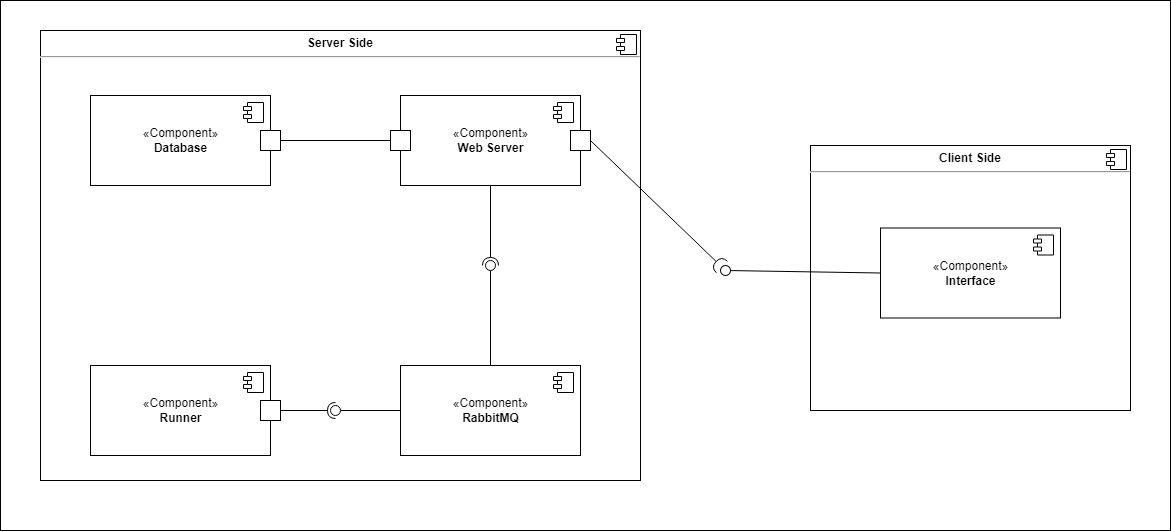
eshelukhina/HSE2022-MyHWProj keeps this draw.io diagram as resources/component.png. Above is the earlier version. Source tidied: cells renumbered, new cells last; positions are measured from the earlier drawing's top-left corner, leaving out a move shared by most shapes.
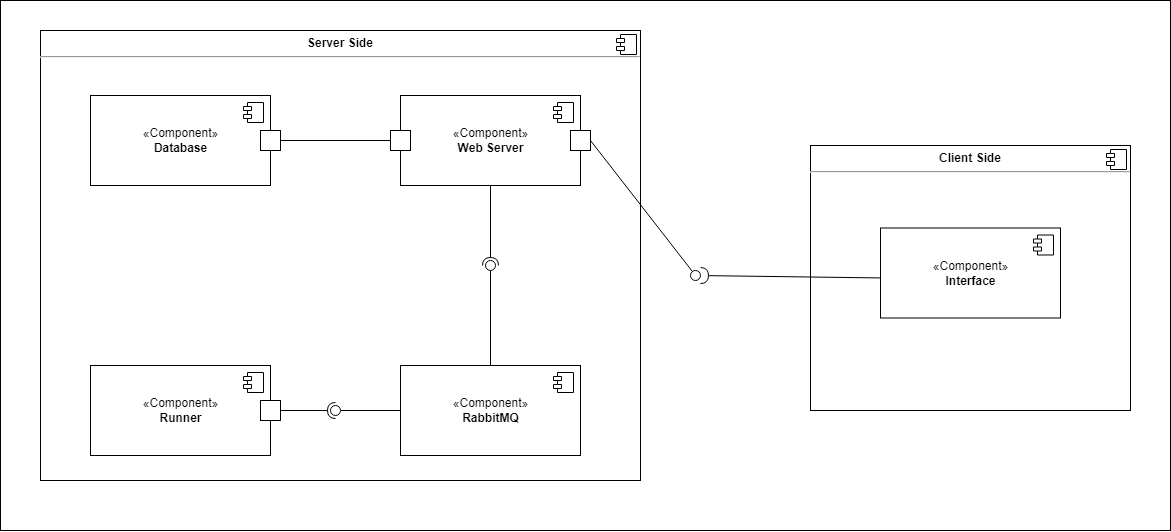
The same file after the commit.

What changed in the source:
```diff
@@ -21,95 +21,90 @@
         <mxPoint x="-24" y="4" as="offset" />
       </mxGeometry>
     </mxCell>
-    <mxCell id="7" style="rounded=0;jettySize=auto;html=1;endArrow=halfCircle;endFill=0;endSize=6;strokeWidth=1;sketch=0;fontSize=12;exitX=1;exitY=0.5;exitDx=0;exitDy=0;" parent="1" edge="1" source="21" target="19">
-      <mxGeometry relative="1" as="geometry" />
+    <mxCell id="7" value="«Component»&lt;br&gt;&lt;b&gt;Runner&lt;/b&gt;" style="html=1;fontSize=12;" parent="1" vertex="1">
+      <mxGeometry x="90" y="365" width="180" height="90" as="geometry" />
     </mxCell>
-    <mxCell id="8" style="rounded=0;jettySize=auto;html=1;endArrow=none;endFill=0;sketch=0;targetPerimeterSpacing=0;fontSize=12;exitX=0;exitY=0.5;exitDx=0;exitDy=0;startArrow=none;" parent="1" edge="1" source="19">
-      <mxGeometry relative="1" as="geometry">
-        <mxPoint x="730" y="270" as="targetPoint" />
+    <mxCell id="8" style="shape=module;jettyWidth=8;jettyHeight=4;fontSize=12;" parent="7" vertex="1">
+      <mxGeometry x="1" width="20" height="20" relative="1" as="geometry">
+        <mxPoint x="-27" y="7" as="offset" />
       </mxGeometry>
     </mxCell>
-    <mxCell id="9" value="«Component»&lt;br&gt;&lt;b&gt;Runner&lt;/b&gt;" style="html=1;fontSize=12;" parent="1" vertex="1">
-      <mxGeometry x="90" y="365" width="180" height="90" as="geometry" />
+    <mxCell id="9" value="«Component»&lt;br&gt;&lt;b&gt;Database&lt;/b&gt;" style="html=1;fontSize=12;" parent="1" vertex="1">
+      <mxGeometry x="90" y="95" width="180" height="90" as="geometry" />
     </mxCell>
     <mxCell id="10" style="shape=module;jettyWidth=8;jettyHeight=4;fontSize=12;" parent="9" vertex="1">
       <mxGeometry x="1" width="20" height="20" relative="1" as="geometry">
         <mxPoint x="-27" y="7" as="offset" />
       </mxGeometry>
     </mxCell>
-    <mxCell id="11" value="«Component»&lt;br&gt;&lt;b&gt;Database&lt;/b&gt;" style="html=1;fontSize=12;" parent="1" vertex="1">
-      <mxGeometry x="90" y="95" width="180" height="90" as="geometry" />
+    <mxCell id="11" value="«Component»&lt;br&gt;&lt;b&gt;RabbitMQ&lt;/b&gt;" style="html=1;fontSize=12;" parent="1" vertex="1">
+      <mxGeometry x="400" y="365" width="180" height="90" as="geometry" />
     </mxCell>
     <mxCell id="12" style="shape=module;jettyWidth=8;jettyHeight=4;fontSize=12;" parent="11" vertex="1">
       <mxGeometry x="1" width="20" height="20" relative="1" as="geometry">
         <mxPoint x="-27" y="7" as="offset" />
       </mxGeometry>
     </mxCell>
-    <mxCell id="13" value="«Component»&lt;br&gt;&lt;b&gt;RabbitMQ&lt;/b&gt;" style="html=1;fontSize=12;" parent="1" vertex="1">
-      <mxGeometry x="400" y="365" width="180" height="90" as="geometry" />
+    <mxCell id="13" value="«Component»&lt;br&gt;&lt;b&gt;Interface&lt;/b&gt;" style="html=1;fontSize=12;" parent="1" vertex="1">
+      <mxGeometry x="880" y="227.5" width="180" height="90" as="geometry" />
     </mxCell>
     <mxCell id="14" style="shape=module;jettyWidth=8;jettyHeight=4;fontSize=12;" parent="13" vertex="1">
       <mxGeometry x="1" width="20" height="20" relative="1" as="geometry">
         <mxPoint x="-27" y="7" as="offset" />
       </mxGeometry>
     </mxCell>
-    <mxCell id="15" value="«Component»&lt;br&gt;&lt;b&gt;Interface&lt;/b&gt;" style="html=1;fontSize=12;" parent="1" vertex="1">
-      <mxGeometry x="880" y="227.5" width="180" height="90" as="geometry" />
+    <mxCell id="15" value="«Component»&lt;br&gt;&lt;b&gt;Web Server&lt;/b&gt;" style="html=1;fontSize=12;" parent="1" vertex="1">
+      <mxGeometry x="400" y="95" width="180" height="90" as="geometry" />
     </mxCell>
     <mxCell id="16" style="shape=module;jettyWidth=8;jettyHeight=4;fontSize=12;" parent="15" vertex="1">
       <mxGeometry x="1" width="20" height="20" relative="1" as="geometry">
         <mxPoint x="-27" y="7" as="offset" />
       </mxGeometry>
     </mxCell>
-    <mxCell id="17" value="«Component»&lt;br&gt;&lt;b&gt;Web Server&lt;/b&gt;" style="html=1;fontSize=12;" parent="1" vertex="1">
-      <mxGeometry x="400" y="95" width="180" height="90" as="geometry" />
+    <mxCell id="17" style="rounded=0;whiteSpace=wrap;html=1;fontSize=12;" parent="1" vertex="1">
+      <mxGeometry x="570" y="130" width="20" height="20" as="geometry" />
     </mxCell>
-    <mxCell id="18" style="shape=module;jettyWidth=8;jettyHeight=4;fontSize=12;" parent="17" vertex="1">
-      <mxGeometry x="1" width="20" height="20" relative="1" as="geometry">
-        <mxPoint x="-27" y="7" as="offset" />
-      </mxGeometry>
+    <mxCell id="18" style="rounded=0;whiteSpace=wrap;html=1;fontSize=12;" parent="1" vertex="1">
+      <mxGeometry x="390" y="130" width="20" height="20" as="geometry" />
     </mxCell>
-    <mxCell id="19" style="ellipse;whiteSpace=wrap;html=1;align=center;points=[];outlineConnect=0;sketch=0;fontSize=12;rotation=45;" parent="1" vertex="1">
-      <mxGeometry x="720" y="265" width="10" height="10" as="geometry" />
+    <mxCell id="19" style="rounded=0;whiteSpace=wrap;html=1;fontSize=12;" parent="1" vertex="1">
+      <mxGeometry x="260" y="400" width="20" height="20" as="geometry" />
     </mxCell>
-    <mxCell id="20" style="rounded=0;jettySize=auto;html=1;endArrow=none;endFill=0;sketch=0;sourcePerimeterSpacing=0;fontSize=12;exitX=0;exitY=0.5;exitDx=0;exitDy=0;" parent="1" edge="1" source="15" target="19">
-      <mxGeometry relative="1" as="geometry" />
+    <mxCell id="20" style="rounded=0;whiteSpace=wrap;html=1;fontSize=12;" parent="1" vertex="1">
+      <mxGeometry x="260" y="130" width="20" height="20" as="geometry" />
     </mxCell>
     <mxCell id="21" style="rounded=0;whiteSpace=wrap;html=1;fontSize=12;" parent="1" vertex="1">
-      <mxGeometry x="570" y="130" width="20" height="20" as="geometry" />
+      <mxGeometry x="390" y="130" width="20" height="20" as="geometry" />
     </mxCell>
-    <mxCell id="22" style="rounded=0;whiteSpace=wrap;html=1;fontSize=12;" parent="1" vertex="1">
-      <mxGeometry x="390" y="130" width="20" height="20" as="geometry" />
+    <mxCell id="22" style="rounded=0;jettySize=auto;html=1;endArrow=none;endFill=0;sketch=0;sourcePerimeterSpacing=0;fontSize=12;exitX=1;exitY=0.5;exitDx=0;exitDy=0;entryX=0;entryY=0.5;entryDx=0;entryDy=0;" parent="1" edge="1" source="20" target="21">
+      <mxGeometry relative="1" as="geometry" />
     </mxCell>
-    <mxCell id="23" style="rounded=0;whiteSpace=wrap;html=1;fontSize=12;" parent="1" vertex="1">
-      <mxGeometry x="260" y="400" width="20" height="20" as="geometry" />
+    <mxCell id="23" style="rounded=0;jettySize=auto;html=1;endArrow=none;endFill=0;sketch=0;sourcePerimeterSpacing=0;targetPerimeterSpacing=0;exitX=0.5;exitY=0;exitDx=0;exitDy=0;" parent="1" edge="1" source="11" target="25">
+      <mxGeometry relative="1" as="geometry" />
     </mxCell>
-    <mxCell id="24" style="rounded=0;whiteSpace=wrap;html=1;fontSize=12;" parent="1" vertex="1">
-      <mxGeometry x="260" y="130" width="20" height="20" as="geometry" />
+    <mxCell id="24" style="rounded=0;jettySize=auto;html=1;endArrow=halfCircle;endFill=0;entryX=0.5;entryY=0.5;endSize=6;strokeWidth=1;sketch=0;exitX=0.5;exitY=1;exitDx=0;exitDy=0;" parent="1" edge="1" source="15" target="25">
+      <mxGeometry relative="1" as="geometry" />
     </mxCell>
-    <mxCell id="25" style="rounded=0;whiteSpace=wrap;html=1;fontSize=12;" parent="1" vertex="1">
-      <mxGeometry x="390" y="130" width="20" height="20" as="geometry" />
+    <mxCell id="25" style="ellipse;whiteSpace=wrap;html=1;align=center;points=[];outlineConnect=0;sketch=0;" parent="1" vertex="1">
+      <mxGeometry x="485" y="260" width="10" height="10" as="geometry" />
     </mxCell>
-    <mxCell id="26" style="rounded=0;jettySize=auto;html=1;endArrow=none;endFill=0;sketch=0;sourcePerimeterSpacing=0;fontSize=12;exitX=1;exitY=0.5;exitDx=0;exitDy=0;entryX=0;entryY=0.5;entryDx=0;entryDy=0;" parent="1" edge="1" source="24" target="25">
+    <mxCell id="26" style="rounded=0;jettySize=auto;html=1;endArrow=none;endFill=0;sketch=0;sourcePerimeterSpacing=0;targetPerimeterSpacing=0;exitX=0;exitY=0.5;exitDx=0;exitDy=0;" parent="1" edge="1" source="11" target="28">
       <mxGeometry relative="1" as="geometry" />
     </mxCell>
-    <mxCell id="27" style="rounded=0;jettySize=auto;html=1;endArrow=none;endFill=0;sketch=0;sourcePerimeterSpacing=0;targetPerimeterSpacing=0;exitX=0.5;exitY=0;exitDx=0;exitDy=0;" parent="1" edge="1" source="13" target="29">
+    <mxCell id="27" style="rounded=0;jettySize=auto;html=1;endArrow=halfCircle;endFill=0;entryX=0.5;entryY=0.5;endSize=6;strokeWidth=1;sketch=0;exitX=1;exitY=0.5;exitDx=0;exitDy=0;" parent="1" edge="1" source="19" target="28">
       <mxGeometry relative="1" as="geometry" />
     </mxCell>
-    <mxCell id="28" style="rounded=0;jettySize=auto;html=1;endArrow=halfCircle;endFill=0;entryX=0.5;entryY=0.5;endSize=6;strokeWidth=1;sketch=0;exitX=0.5;exitY=1;exitDx=0;exitDy=0;" parent="1" edge="1" source="17" target="29">
-      <mxGeometry relative="1" as="geometry" />
+    <mxCell id="28" style="ellipse;whiteSpace=wrap;html=1;align=center;points=[];outlineConnect=0;sketch=0;" parent="1" vertex="1">
+      <mxGeometry x="330" y="405" width="10" height="10" as="geometry" />
     </mxCell>
-    <mxCell id="29" style="ellipse;whiteSpace=wrap;html=1;align=center;points=[];outlineConnect=0;sketch=0;" parent="1" vertex="1">
-      <mxGeometry x="485" y="260" width="10" height="10" as="geometry" />
+    <mxCell id="29" style="rounded=0;jettySize=auto;html=1;endArrow=none;endFill=0;sketch=0;sourcePerimeterSpacing=0;targetPerimeterSpacing=0;exitX=1;exitY=0.5;exitDx=0;exitDy=0;" parent="1" edge="1" source="17" target="31">
+      <mxGeometry relative="1" as="geometry" />
     </mxCell>
-    <mxCell id="30" style="rounded=0;jettySize=auto;html=1;endArrow=none;endFill=0;sketch=0;sourcePerimeterSpacing=0;targetPerimeterSpacing=0;exitX=0;exitY=0.5;exitDx=0;exitDy=0;" parent="1" edge="1" source="13" target="32">
+    <mxCell id="30" style="rounded=0;jettySize=auto;html=1;endArrow=halfCircle;endFill=0;endSize=6;strokeWidth=1;sketch=0;exitX=0;exitY=0.555;exitDx=0;exitDy=0;exitPerimeter=0;" parent="1" edge="1" source="13" target="31">
       <mxGeometry relative="1" as="geometry" />
     </mxCell>
-    <mxCell id="31" style="rounded=0;jettySize=auto;html=1;endArrow=halfCircle;endFill=0;entryX=0.5;entryY=0.5;endSize=6;strokeWidth=1;sketch=0;exitX=1;exitY=0.5;exitDx=0;exitDy=0;" parent="1" edge="1" source="23" target="32">
-      <mxGeometry relative="1" as="geometry" />
+    <mxCell id="31" style="ellipse;whiteSpace=wrap;html=1;align=center;points=[];outlineConnect=0;sketch=0;" parent="1" vertex="1">
+      <mxGeometry x="690" y="270" width="10" height="10" as="geometry" />
     </mxCell>
-    <mxCell id="32" style="ellipse;whiteSpace=wrap;html=1;align=center;points=[];outlineConnect=0;sketch=0;" parent="1" vertex="1">
-      <mxGeometry x="330" y="405" width="10" height="10" as="geometry" />
-    </mxCell>
   </root>
 </mxGraphModel>
```
